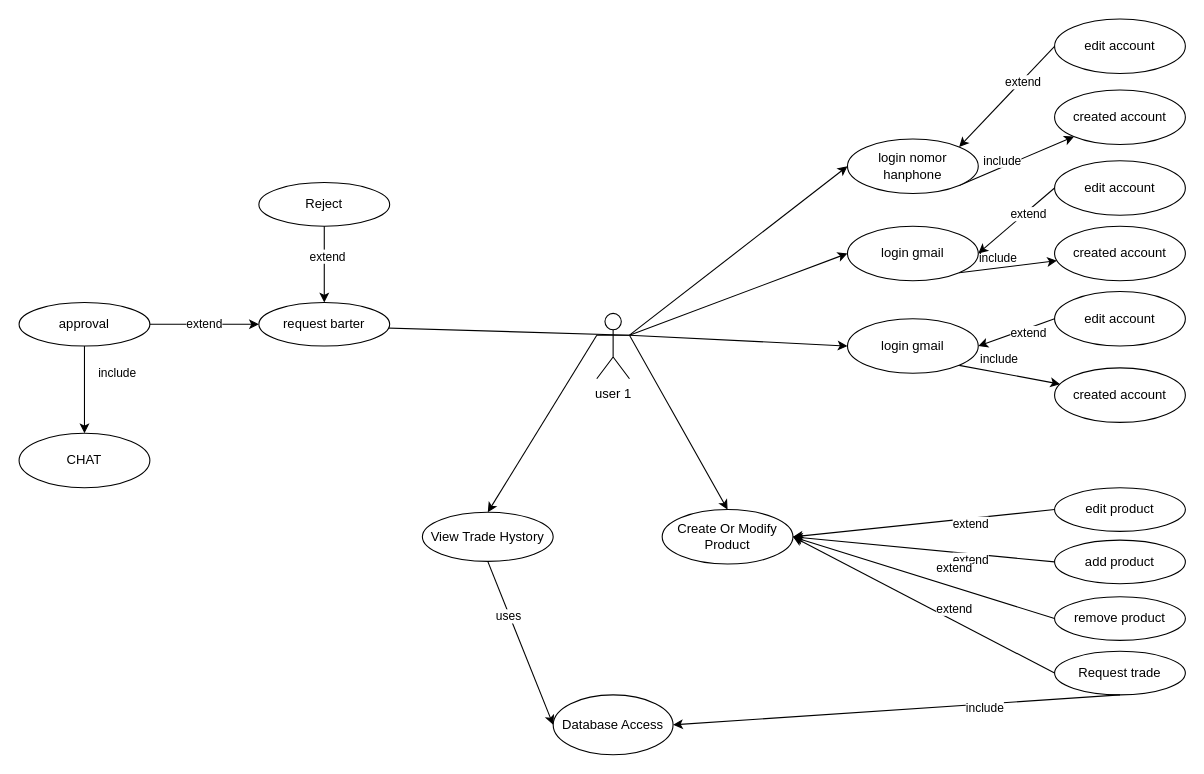
rukadabra/test keeps this draw.io diagram as page "Page-6" (6 of 8) of Untitled Diagram.drawio. Above is the earlier version. Source tidied: cells renumbered, new cells numbered last; positions are measured from the earlier drawing's top-left corner, leaving out a move shared by most shapes. Both pictures are drawn from the tidied source at 109%, with x=0, y=0 at pixel (19, 19).
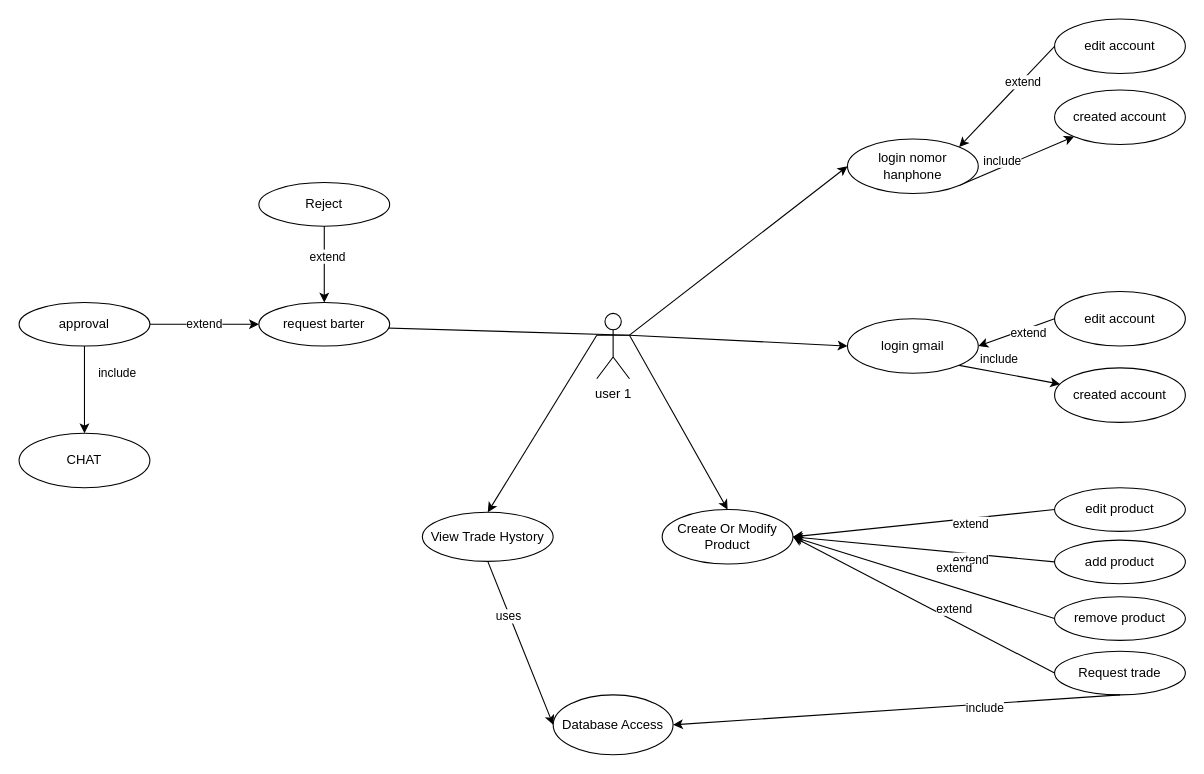
The same diagram, later.

The change refers to these unchanged cells:
```xml
<mxCell id="2" value="user 1" style="shape=umlActor;verticalLabelPosition=bottom;verticalAlign=top;html=1;outlineConnect=0;" parent="1" vertex="1">
  <mxGeometry x="530" y="270" width="30" height="60" as="geometry" />
</mxCell>
```

What changed in the source:
```diff
@@
-    <mxCell id="39" style="endArrow=classic;html=1;rounded=0;exitX=1;exitY=1;exitDx=0;exitDy=0;" parent="1" edge="1" source="45" target="41">
-      <mxGeometry relative="1" as="geometry" />
-    </mxCell>
-    <mxCell id="40" value="include" style="edgeLabel;html=1;align=center;verticalAlign=middle;" parent="39" vertex="1">
-      <mxGeometry x="-0.46" y="1" relative="1" as="geometry">
-        <mxPoint x="11" y="-10" as="offset" />
-      </mxGeometry>
-    </mxCell>
-    <mxCell id="41" value="created account" style="ellipse;whiteSpace=wrap;html=1;" parent="1" vertex="1">
-      <mxGeometry x="950" y="190" width="120" height="50" as="geometry" />
-    </mxCell>
-    <mxCell id="42" value="edit&amp;nbsp;account" style="ellipse;whiteSpace=wrap;html=1;" parent="1" vertex="1">
-      <mxGeometry x="950" y="130" width="120" height="50" as="geometry" />
-    </mxCell>
-    <mxCell id="43" style="endArrow=classic;html=1;rounded=0;exitX=0;exitY=0.5;exitDx=0;exitDy=0;entryX=1;entryY=0.5;entryDx=0;entryDy=0;" parent="1" edge="1" source="42" target="45">
-      <mxGeometry relative="1" as="geometry" />
-    </mxCell>
-    <mxCell id="44" value="extend" style="edgeLabel;html=1;align=center;verticalAlign=middle;" parent="43" vertex="1">
-      <mxGeometry x="-0.38" y="1" relative="1" as="geometry">
-        <mxPoint x="-3" y="4" as="offset" />
-      </mxGeometry>
-    </mxCell>
-    <mxCell id="45" value="login gmail" style="ellipse;whiteSpace=wrap;html=1;" parent="1" vertex="1">
-      <mxGeometry x="760" y="190" width="120" height="50" as="geometry" />
-    </mxCell>
-    <mxCell id="46" style="endArrow=classic;html=1;rounded=0;exitX=1;exitY=0.3333333333333333;exitDx=0;exitDy=0;exitPerimeter=0;entryX=0;entryY=0.5;entryDx=0;entryDy=0;" parent="1" edge="1" source="2" target="45">
-      <mxGeometry relative="1" as="geometry" />
-    </mxCell>
```
